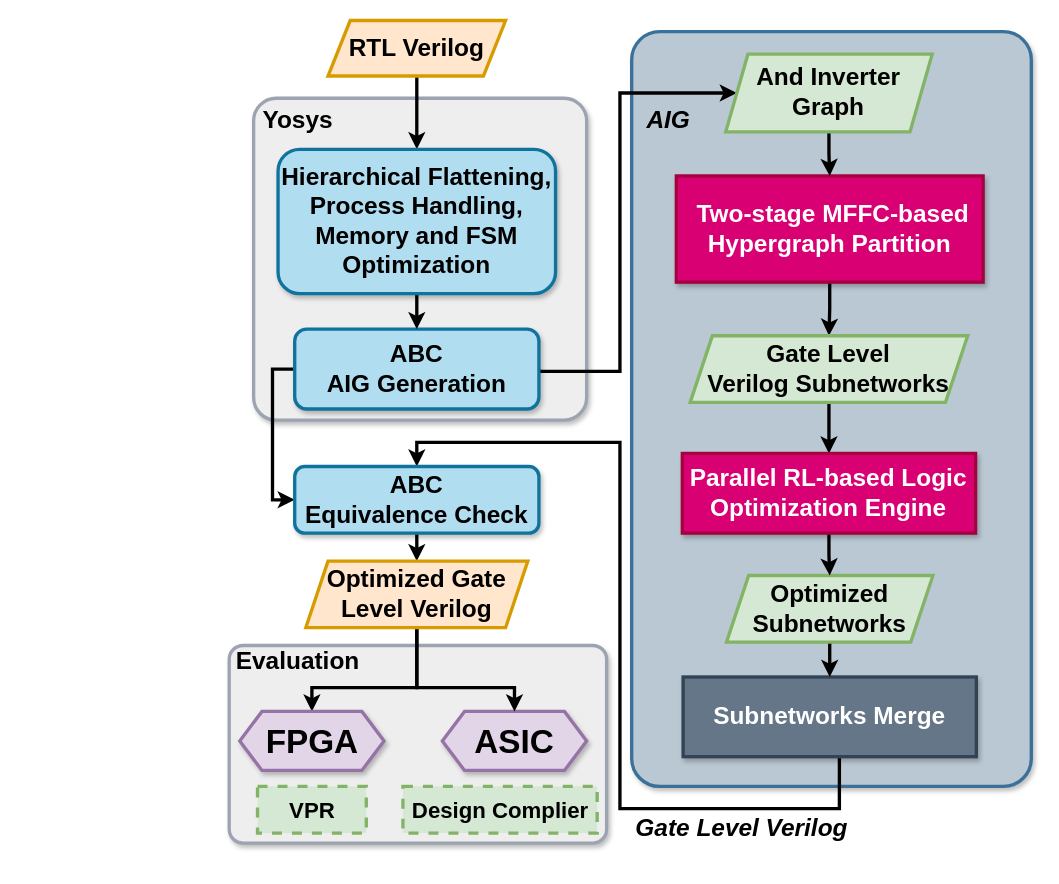
Before: experimentFlow.drawio in kxzhu0505/LogicSynOpt, a draw.io diagram. Source tidied: cells renumbered, new cells numbered last; positions are measured from the earlier drawing's top-left corner, leaving out a move shared by most shapes. Both pictures are drawn from the tidied source at 111%, with x=0, y=0 at pixel (229, 20).
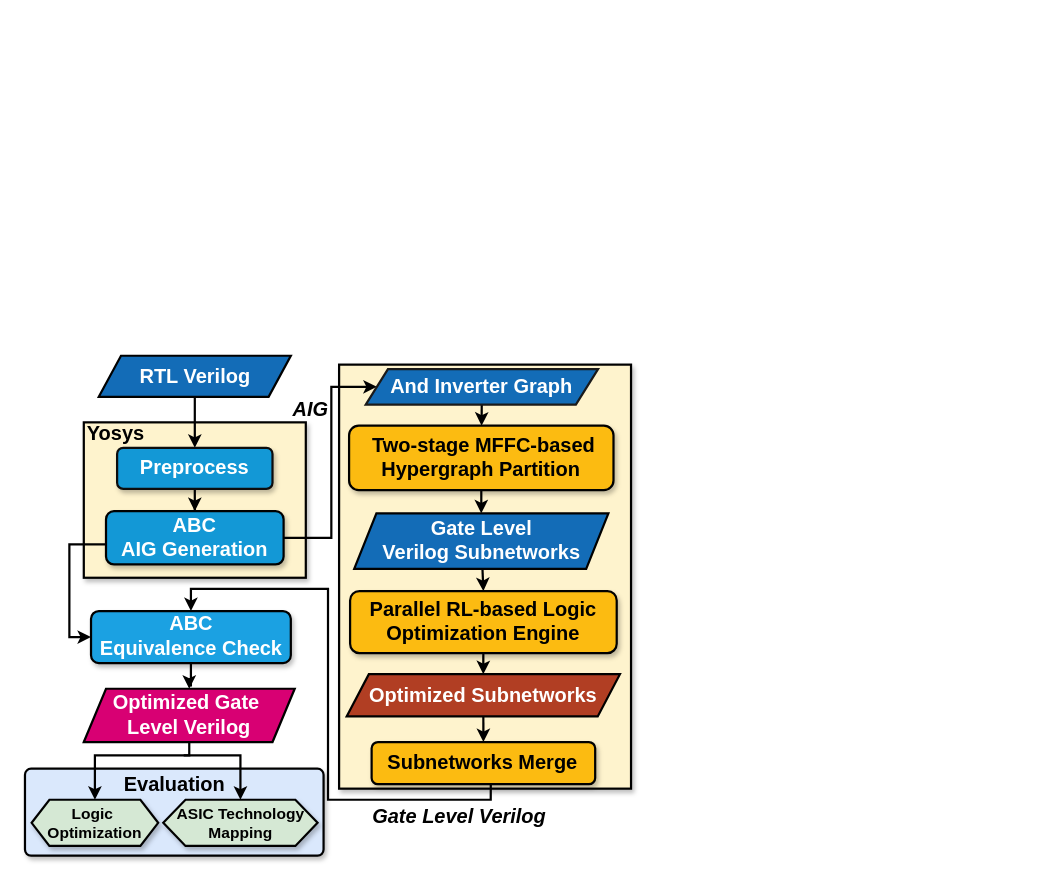
After the change.

Change to the diagram source:
```diff
@@
-    <mxCell id="2" style="rounded=1;whiteSpace=wrap;html=1;fillColor=#eeeeee;strokeColor=#9BA4B0;strokeWidth=3;shadow=1;arcSize=7;" parent="1" vertex="1">
-      <mxGeometry y="563" width="340" height="178" as="geometry" />
+    <mxCell id="2" style="rounded=1;whiteSpace=wrap;html=1;fillColor=#dae8fc;strokeColor=#000000;strokeWidth=2;shadow=1;arcSize=7;" parent="1" vertex="1">
+      <mxGeometry x="-184" y="674" width="269" height="78.4" as="geometry" />
     </mxCell>
-    <mxCell id="3" style="rounded=1;whiteSpace=wrap;html=1;fillColor=#bac8d3;strokeColor=#3A7099;strokeWidth=3;shadow=1;arcSize=7;textShadow=1;" parent="1" vertex="1">
-      <mxGeometry x="362.6" y="10" width="360" height="680" as="geometry" />
+    <mxCell id="3" style="rounded=0;whiteSpace=wrap;html=1;fillColor=#fef3cd;strokeColor=#000000;strokeWidth=2;shadow=1;arcSize=7;textShadow=1;" parent="1" vertex="1">
+      <mxGeometry x="99" y="310" width="263" height="382" as="geometry" />
     </mxCell>
-    <mxCell id="4" value="&lt;font face=&quot;Helvetica&quot; size=&quot;1&quot;&gt;&lt;b style=&quot;font-size: 30px;&quot;&gt;ASIC&lt;/b&gt;&lt;/font&gt;" style="shape=hexagon;perimeter=hexagonPerimeter2;whiteSpace=wrap;html=1;fixedSize=1;strokeColor=#9673a6;fillColor=#e1d5e7;strokeWidth=3;shadow=1;" parent="1" vertex="1">
-      <mxGeometry x="192" y="622.4" width="130" height="53.2" as="geometry" />
+    <mxCell id="4" value="&lt;font style=&quot;font-size: 14px;&quot; face=&quot;Helvetica&quot;&gt;&lt;b style=&quot;&quot;&gt;ASIC Technology Mapping&lt;/b&gt;&lt;/font&gt;" style="shape=hexagon;perimeter=hexagonPerimeter2;whiteSpace=wrap;html=1;fixedSize=1;strokeColor=#000000;fillColor=#d5e8d4;strokeWidth=2;shadow=1;" parent="1" vertex="1">
+      <mxGeometry x="-59.4" y="702" width="139" height="41.6" as="geometry" />
     </mxCell>
-    <mxCell id="5" value="&lt;b style=&quot;&quot;&gt;&lt;font style=&quot;font-size: 20px;&quot;&gt;Design Complier&lt;/font&gt;&lt;/b&gt;" style="rounded=0;whiteSpace=wrap;html=1;dashed=1;perimeterSpacing=3;strokeWidth=3;fillColor=#d5e8d4;strokeColor=#82b366;" parent="1" vertex="1">
-      <mxGeometry x="156.5" y="690" width="175" height="42" as="geometry" />
-    </mxCell>
-    <mxCell id="6" style="rounded=1;whiteSpace=wrap;html=1;fillColor=#eeeeee;strokeColor=#9BA4B0;strokeWidth=3;shadow=1;arcSize=7;" parent="1" vertex="1">
-      <mxGeometry x="22" y="70" width="300" height="290" as="geometry" />
+    <mxCell id="6" style="rounded=0;whiteSpace=wrap;html=1;fillColor=#fef3cd;strokeColor=#000000;strokeWidth=2;shadow=1;arcSize=7;" parent="1" vertex="1">
+      <mxGeometry x="-131" y="362" width="200" height="140" as="geometry" />
     </mxCell>
-    <mxCell id="7" style="endArrow=classic;html=1;rounded=0;strokeWidth=3;entryX=0;entryY=0.5;entryDx=0;entryDy=0;edgeStyle=orthogonalEdgeStyle;exitX=1;exitY=0.5;exitDx=0;exitDy=0;" parent="1" edge="1" source="23" target="17">
+    <mxCell id="7" style="endArrow=classic;html=1;rounded=0;strokeWidth=2;entryX=0;entryY=0.5;entryDx=0;entryDy=0;edgeStyle=orthogonalEdgeStyle;exitX=1;exitY=0.5;exitDx=0;exitDy=0;" parent="1" edge="1" source="23" target="17">
       <mxGeometry relative="1" as="geometry">
         <Array as="points">
-          <mxPoint x="279" y="316" />
-          <mxPoint x="352" y="316" />
-          <mxPoint x="352" y="65" />
+          <mxPoint x="92" y="466" />
+          <mxPoint x="92" y="330" />
         </Array>
       </mxGeometry>
     </mxCell>
-    <mxCell id="8" style="endArrow=classic;html=1;rounded=0;strokeWidth=3;edgeStyle=orthogonalEdgeStyle;exitX=0.533;exitY=1.005;exitDx=0;exitDy=0;exitPerimeter=0;entryX=0.5;entryY=0;entryDx=0;entryDy=0;" parent="1" edge="1" source="13" target="26">
+    <mxCell id="8" style="endArrow=classic;html=1;rounded=0;strokeWidth=2;edgeStyle=orthogonalEdgeStyle;exitX=0.533;exitY=1.005;exitDx=0;exitDy=0;exitPerimeter=0;entryX=0.5;entryY=0;entryDx=0;entryDy=0;" parent="1" edge="1" source="13" target="26">
       <mxGeometry relative="1" as="geometry">
         <Array as="points">
-          <mxPoint x="550" y="710" />
-          <mxPoint x="352" y="710" />
-          <mxPoint x="352" y="380" />
-          <mxPoint x="169" y="380" />
+          <mxPoint x="236" y="702" />
+          <mxPoint x="89" y="702" />
+          <mxPoint x="89" y="512" />
+          <mxPoint x="-35" y="512" />
         </Array>
       </mxGeometry>
     </mxCell>
-    <mxCell id="9" value="&lt;b style=&quot;&quot;&gt;&lt;font style=&quot;font-size: 22px;&quot;&gt;&lt;i&gt;AIG&amp;nbsp;&lt;/i&gt;&lt;/font&gt;&lt;/b&gt;" style="text;html=1;align=center;verticalAlign=middle;whiteSpace=wrap;rounded=0;" parent="1" vertex="1">
-      <mxGeometry x="361.5" y="84.8" width="74.1" height="10.2" as="geometry" />
+    <mxCell id="9" value="&lt;b style=&quot;&quot;&gt;&lt;font style=&quot;font-size: 18px;&quot;&gt;&lt;i style=&quot;&quot;&gt;AIG&amp;nbsp;&lt;/i&gt;&lt;/font&gt;&lt;/b&gt;" style="text;html=1;align=center;verticalAlign=middle;whiteSpace=wrap;rounded=0;" parent="1" vertex="1">
+      <mxGeometry x="38.5" y="346" width="74.1" height="10.2" as="geometry" />
     </mxCell>
-    <mxCell id="10" style="edgeStyle=orthogonalEdgeStyle;rounded=0;jettySize=auto;html=1;entryX=0.5;entryY=0;entryDx=0;entryDy=0;strokeWidth=3;" parent="1" edge="1" source="11" target="32">
+    <mxCell id="10" style="edgeStyle=orthogonalEdgeStyle;rounded=0;jettySize=auto;html=1;entryX=0.5;entryY=0;entryDx=0;entryDy=0;strokeWidth=2;" parent="1" edge="1" source="11" target="32">
       <mxGeometry relative="1" as="geometry" />
     </mxCell>
-    <mxCell id="11" value="&lt;b style=&quot;&quot;&gt;&lt;font style=&quot;font-size: 22px;&quot;&gt;RTL Verilog&lt;/font&gt;&lt;/b&gt;" style="shape=parallelogram;perimeter=parallelogramPerimeter;whiteSpace=wrap;html=1;fixedSize=1;fillColor=#ffe6cc;strokeColor=#d79b00;strokeWidth=3;" parent="1" vertex="1">
-      <mxGeometry x="89" width="160" height="50" as="geometry" />
+    <mxCell id="11" value="&lt;b style=&quot;&quot;&gt;&lt;font color=&quot;#ffffff&quot; style=&quot;font-size: 18px;&quot;&gt;RTL Verilog&lt;/font&gt;&lt;/b&gt;" style="shape=parallelogram;perimeter=parallelogramPerimeter;whiteSpace=wrap;html=1;fixedSize=1;fillColor=#136cb7;strokeColor=#000000;strokeWidth=2;" parent="1" vertex="1">
+      <mxGeometry x="-117.5" y="302" width="173" height="37" as="geometry" />
     </mxCell>
-    <mxCell id="12" value="&lt;font style=&quot;font-size: 22px;&quot;&gt;&lt;b&gt;Yosys&lt;/b&gt;&lt;/font&gt;" style="text;html=1;align=center;verticalAlign=middle;whiteSpace=wrap;rounded=0;" parent="1" vertex="1">
-      <mxGeometry x="32" y="74.9" width="60" height="30" as="geometry" />
+    <mxCell id="12" value="&lt;font style=&quot;font-size: 18px;&quot;&gt;&lt;b style=&quot;&quot;&gt;Yosys&lt;/b&gt;&lt;/font&gt;" style="text;html=1;align=center;verticalAlign=middle;whiteSpace=wrap;rounded=0;" parent="1" vertex="1">
+      <mxGeometry x="-132" y="357" width="60" height="30" as="geometry" />
     </mxCell>
-    <mxCell id="13" value="&lt;b style=&quot;&quot;&gt;&lt;font style=&quot;font-size: 22px;&quot;&gt;Subnetworks Merge&lt;/font&gt;&lt;/b&gt;" style="rounded=0;whiteSpace=wrap;html=1;fillColor=#647687;fontColor=#ffffff;strokeColor=#314354;strokeWidth=3;shadow=1;" parent="1" vertex="1">
-      <mxGeometry x="408.9" y="591.4" width="264.2" height="71.8" as="geometry" />
+    <mxCell id="13" value="&lt;b style=&quot;&quot;&gt;&lt;font style=&quot;font-size: 18px;&quot;&gt;Subnetworks Merge&lt;/font&gt;&lt;/b&gt;" style="rounded=1;whiteSpace=wrap;html=1;fillColor=#fcbb11;strokeColor=#000000;strokeWidth=2;shadow=1;" parent="1" vertex="1">
+      <mxGeometry x="128.3" y="650" width="201.4" height="38" as="geometry" />
     </mxCell>
-    <mxCell id="14" style="edgeStyle=orthogonalEdgeStyle;rounded=0;jettySize=auto;html=1;entryX=0.5;entryY=0;entryDx=0;entryDy=0;strokeWidth=3;" parent="1" edge="1" source="15" target="19">
+    <mxCell id="14" style="rounded=0;jettySize=auto;html=1;entryX=0.5;entryY=0;entryDx=0;entryDy=0;strokeWidth=2;" parent="1" edge="1" source="15" target="19">
       <mxGeometry relative="1" as="geometry" />
     </mxCell>
-    <mxCell id="15" value="&lt;b style=&quot;color: rgb(0, 0, 0);&quot;&gt;&lt;font style=&quot;font-size: 22px;&quot; color=&quot;#ffffff&quot;&gt;&amp;nbsp;Two-stage MFFC-based Hypergraph Partition&lt;/font&gt;&lt;/b&gt;" style="rounded=0;whiteSpace=wrap;html=1;fillColor=#d80073;strokeColor=#A50040;strokeWidth=3;shadow=1;fontColor=#ffffff;" parent="1" vertex="1">
-      <mxGeometry x="402.8" y="140" width="276.4" height="95.7" as="geometry" />
+    <mxCell id="15" value="&lt;b style=&quot;&quot;&gt;&lt;font color=&quot;#000000&quot; style=&quot;font-size: 18px;&quot;&gt;&amp;nbsp;Two-stage MFFC-based Hypergraph Partition&lt;/font&gt;&lt;/b&gt;" style="rounded=1;whiteSpace=wrap;html=1;fillColor=#fcbb11;strokeColor=#000000;strokeWidth=2;shadow=1;fontColor=#ffffff;" parent="1" vertex="1">
+      <mxGeometry x="108" y="365" width="238.2" height="58" as="geometry" />
     </mxCell>
-    <mxCell id="16" style="edgeStyle=orthogonalEdgeStyle;rounded=0;jettySize=auto;html=1;strokeWidth=3;" parent="1" edge="1" source="17" target="15">
+    <mxCell id="16" style="rounded=0;jettySize=auto;html=1;strokeWidth=2;" parent="1" edge="1" source="17" target="15">
       <mxGeometry relative="1" as="geometry" />
     </mxCell>
-    <mxCell id="17" value="&lt;b style=&quot;font-size: 22px;&quot;&gt;And Inverter Graph&lt;/b&gt;" style="shape=parallelogram;perimeter=parallelogramPerimeter;whiteSpace=wrap;html=1;fixedSize=1;fillColor=#d5e8d4;strokeColor=#82b366;strokeWidth=3;" parent="1" vertex="1">
-      <mxGeometry x="447.3" y="30.3" width="186" height="70" as="geometry" />
+    <mxCell id="17" value="&lt;b style=&quot;&quot;&gt;&lt;font style=&quot;font-size: 18px;&quot; color=&quot;#ffffff&quot;&gt;And Inverter Graph&lt;/font&gt;&lt;/b&gt;" style="shape=parallelogram;perimeter=parallelogramPerimeter;whiteSpace=wrap;html=1;fixedSize=1;fillColor=#136cb7;strokeColor=#1A1A1A;strokeWidth=2;" parent="1" vertex="1">
+      <mxGeometry x="123" y="314" width="209.3" height="32" as="geometry" />
     </mxCell>
-    <mxCell id="18" style="edgeStyle=orthogonalEdgeStyle;rounded=0;jettySize=auto;html=1;entryX=0.5;entryY=0;entryDx=0;entryDy=0;strokeWidth=3;" parent="1" edge="1" source="19" target="35">
+    <mxCell id="18" style="rounded=0;jettySize=auto;html=1;entryX=0.5;entryY=0;entryDx=0;entryDy=0;strokeWidth=2;" parent="1" edge="1" source="19" target="35">
       <mxGeometry relative="1" as="geometry" />
     </mxCell>
-    <mxCell id="19" value="&lt;div&gt;&lt;b&gt;&lt;font style=&quot;font-size: 22px;&quot;&gt;Gate Level Verilog&lt;/font&gt;&lt;/b&gt;&lt;b style=&quot;background-color: initial;&quot;&gt;&lt;font style=&quot;font-size: 22px;&quot;&gt;&amp;nbsp;Subnetworks&lt;/font&gt;&lt;/b&gt;&lt;/div&gt;" style="shape=parallelogram;perimeter=parallelogramPerimeter;whiteSpace=wrap;html=1;fixedSize=1;fillColor=#d5e8d4;strokeColor=#82b366;strokeWidth=3;" parent="1" vertex="1">
-      <mxGeometry x="415.3" y="284" width="250" height="60" as="geometry" />
+    <mxCell id="19" value="&lt;div&gt;&lt;font style=&quot;font-size: 18px;&quot;&gt;&lt;b&gt;&lt;font style=&quot;&quot;&gt;Gate Level Verilog&lt;/font&gt;&lt;/b&gt;&lt;b style=&quot;background-color: initial;&quot;&gt;&lt;font style=&quot;&quot;&gt;&amp;nbsp;Subnetworks&lt;/font&gt;&lt;/b&gt;&lt;/font&gt;&lt;/div&gt;" style="shape=parallelogram;perimeter=parallelogramPerimeter;whiteSpace=wrap;html=1;fixedSize=1;fillColor=#136cb7;strokeColor=#000000;strokeWidth=2;fontColor=#ffffff;" parent="1" vertex="1">
+      <mxGeometry x="112.6" y="444" width="229" height="50" as="geometry" />
     </mxCell>
-    <mxCell id="20" style="edgeStyle=orthogonalEdgeStyle;rounded=0;jettySize=auto;html=1;entryX=0.5;entryY=0;entryDx=0;entryDy=0;strokeWidth=3;" parent="1" edge="1" source="21" target="13">
+    <mxCell id="20" style="rounded=0;jettySize=auto;html=1;entryX=0.5;entryY=0;entryDx=0;entryDy=0;strokeWidth=2;" parent="1" edge="1" source="21" target="13">
       <mxGeometry relative="1" as="geometry" />
     </mxCell>
-    <mxCell id="21" value="&lt;div&gt;&lt;b style=&quot;font-size: 22px;&quot;&gt;Optimized Subnetworks&lt;/b&gt;&lt;br&gt;&lt;/div&gt;" style="shape=parallelogram;perimeter=parallelogramPerimeter;whiteSpace=wrap;html=1;fixedSize=1;fillColor=#d5e8d4;strokeColor=#82b366;strokeWidth=3;" parent="1" vertex="1">
-      <mxGeometry x="448" y="500" width="186" height="60" as="geometry" />
+    <mxCell id="21" value="&lt;div&gt;&lt;b style=&quot;&quot;&gt;&lt;font style=&quot;font-size: 18px;&quot; color=&quot;#ffffff&quot;&gt;Optimized Subnetworks&lt;/font&gt;&lt;/b&gt;&lt;br&gt;&lt;/div&gt;" style="shape=parallelogram;perimeter=parallelogramPerimeter;whiteSpace=wrap;html=1;fixedSize=1;fillColor=#b13e23;strokeColor=#000000;strokeWidth=2;" parent="1" vertex="1">
+      <mxGeometry x="105.8" y="588.9" width="246.2" height="38" as="geometry" />
     </mxCell>
-    <mxCell id="22" style="edgeStyle=orthogonalEdgeStyle;rounded=0;jettySize=auto;html=1;entryX=0;entryY=0.5;entryDx=0;entryDy=0;strokeWidth=3;" parent="1" edge="1" source="23" target="26">
+    <mxCell id="22" style="edgeStyle=orthogonalEdgeStyle;rounded=0;jettySize=auto;html=1;entryX=0;entryY=0.5;entryDx=0;entryDy=0;strokeWidth=2;" parent="1" edge="1" source="23" target="26">
       <mxGeometry relative="1" as="geometry">
         <Array as="points">
-          <mxPoint x="39" y="314" />
-          <mxPoint x="39" y="432" />
+          <mxPoint x="-144" y="472" />
+          <mxPoint x="-144" y="556" />
         </Array>
       </mxGeometry>
     </mxCell>
-    <mxCell id="23" value="&lt;div&gt;&lt;font style=&quot;font-size: 22px;&quot;&gt;&lt;b&gt;ABC&lt;/b&gt;&lt;/font&gt;&lt;/div&gt;&lt;font style=&quot;font-size: 22px;&quot;&gt;&lt;b&gt;AIG Generation&lt;/b&gt;&lt;/font&gt;" style="rounded=1;whiteSpace=wrap;html=1;fillColor=#b1ddf0;strokeColor=#10739e;strokeWidth=3;shadow=1;" parent="1" vertex="1">
-      <mxGeometry x="59" y="278" width="220" height="72" as="geometry" />
+    <mxCell id="23" value="&lt;div&gt;&lt;font color=&quot;#ffffff&quot; style=&quot;font-size: 18px;&quot;&gt;&lt;b style=&quot;&quot;&gt;ABC&lt;/b&gt;&lt;/font&gt;&lt;/div&gt;&lt;font color=&quot;#ffffff&quot; style=&quot;font-size: 18px;&quot;&gt;&lt;b style=&quot;&quot;&gt;AIG Generation&lt;/b&gt;&lt;/font&gt;" style="rounded=1;whiteSpace=wrap;html=1;fillColor=#1398D6;strokeColor=#000000;strokeWidth=2;shadow=1;" parent="1" vertex="1">
+      <mxGeometry x="-111" y="442" width="160" height="48" as="geometry" />
     </mxCell>
-    <mxCell id="24" value="&lt;b style=&quot;&quot;&gt;&lt;font style=&quot;font-size: 22px;&quot;&gt;&lt;i&gt;Gate Level Verilog&amp;nbsp;&lt;/i&gt;&lt;/font&gt;&lt;/b&gt;" style="text;html=1;align=center;verticalAlign=middle;whiteSpace=wrap;rounded=0;" parent="1" vertex="1">
-      <mxGeometry x="361.5" y="723" width="205.9" height="10.2" as="geometry" />
+    <mxCell id="24" value="&lt;b style=&quot;&quot;&gt;&lt;font style=&quot;font-size: 18px;&quot;&gt;&lt;i style=&quot;&quot;&gt;Gate Level Verilog&amp;nbsp;&lt;/i&gt;&lt;/font&gt;&lt;/b&gt;" style="text;html=1;align=center;verticalAlign=middle;whiteSpace=wrap;rounded=0;" parent="1" vertex="1">
+      <mxGeometry x="106.6" y="711.9" width="205.9" height="10.2" as="geometry" />
     </mxCell>
-    <mxCell id="25" style="edgeStyle=orthogonalEdgeStyle;rounded=0;jettySize=auto;html=1;entryX=0.5;entryY=0;entryDx=0;entryDy=0;strokeWidth=3;" parent="1" edge="1" source="26" target="29">
+    <mxCell id="25" style="edgeStyle=orthogonalEdgeStyle;rounded=0;jettySize=auto;html=1;entryX=0.5;entryY=0;entryDx=0;entryDy=0;strokeWidth=2;" parent="1" edge="1" source="26" target="29">
       <mxGeometry relative="1" as="geometry" />
     </mxCell>
-    <mxCell id="26" value="&lt;font style=&quot;font-size: 22px;&quot;&gt;&lt;b&gt;ABC&lt;/b&gt;&lt;/font&gt;&lt;div&gt;&lt;span style=&quot;font-size: 22px;&quot;&gt;&lt;b&gt;Equivalence Check&lt;/b&gt;&lt;/span&gt;&lt;/div&gt;" style="rounded=1;whiteSpace=wrap;html=1;fillColor=#b1ddf0;strokeColor=#10739e;strokeWidth=3;shadow=1;" parent="1" vertex="1">
-      <mxGeometry x="59" y="401.8" width="220" height="60" as="geometry" />
+    <mxCell id="26" value="&lt;font style=&quot;font-size: 18px;&quot;&gt;&lt;b style=&quot;&quot;&gt;ABC&lt;/b&gt;&lt;/font&gt;&lt;div&gt;&lt;b style=&quot;&quot;&gt;&lt;font style=&quot;font-size: 18px;&quot;&gt;Equivalence Check&lt;/font&gt;&lt;/b&gt;&lt;/div&gt;" style="rounded=1;whiteSpace=wrap;html=1;fillColor=#1ba1e2;strokeColor=#000000;strokeWidth=2;shadow=1;fontColor=#ffffff;" parent="1" vertex="1">
+      <mxGeometry x="-124.5" y="532" width="180" height="46.9" as="geometry" />
     </mxCell>
-    <mxCell id="27" style="edgeStyle=orthogonalEdgeStyle;rounded=0;jettySize=auto;html=1;entryX=0.5;entryY=0;entryDx=0;entryDy=0;strokeWidth=3;" parent="1" edge="1" target="30">
+    <mxCell id="27" style="edgeStyle=orthogonalEdgeStyle;rounded=0;jettySize=auto;html=1;entryX=0.5;entryY=0;entryDx=0;entryDy=0;strokeWidth=2;" parent="1" edge="1" target="30">
       <mxGeometry relative="1" as="geometry">
-        <mxPoint x="169" y="538" as="sourcePoint" />
+        <mxPoint x="-36" y="650" as="sourcePoint" />
         <Array as="points">
-          <mxPoint x="169" y="601" />
-          <mxPoint x="75" y="601" />
+          <mxPoint x="-36" y="662" />
+          <mxPoint x="-121" y="662" />
         </Array>
       </mxGeometry>
     </mxCell>
-    <mxCell id="28" style="edgeStyle=orthogonalEdgeStyle;rounded=0;jettySize=auto;html=1;entryX=0.5;entryY=0;entryDx=0;entryDy=0;strokeWidth=3;" parent="1" edge="1" target="4">
+    <mxCell id="28" style="edgeStyle=orthogonalEdgeStyle;rounded=0;jettySize=auto;html=1;entryX=0.5;entryY=0;entryDx=0;entryDy=0;strokeWidth=2;" parent="1" edge="1" target="4">
       <mxGeometry relative="1" as="geometry">
-        <mxPoint x="169" y="538" as="sourcePoint" />
+        <mxPoint x="-31" y="662" as="sourcePoint" />
         <Array as="points">
-          <mxPoint x="169" y="601" />
-          <mxPoint x="257" y="601" />
+          <mxPoint x="-41" y="662" />
+          <mxPoint x="10" y="662" />
         </Array>
       </mxGeometry>
     </mxCell>
-    <mxCell id="29" value="&lt;b style=&quot;&quot;&gt;&lt;font style=&quot;font-size: 22px;&quot;&gt;Optimized Gate Level Verilog&lt;/font&gt;&lt;/b&gt;" style="shape=parallelogram;perimeter=parallelogramPerimeter;whiteSpace=wrap;html=1;fixedSize=1;fillColor=#ffe6cc;strokeColor=#d79b00;strokeWidth=3;" parent="1" vertex="1">
-      <mxGeometry x="69" y="487" width="200" height="60" as="geometry" />
+    <mxCell id="29" value="&lt;b style=&quot;&quot;&gt;&lt;font style=&quot;font-size: 18px;&quot;&gt;Optimized Gate&amp;nbsp;&lt;/font&gt;&lt;/b&gt;&lt;div&gt;&lt;b style=&quot;&quot;&gt;&lt;font style=&quot;font-size: 18px;&quot;&gt;Level Verilog&lt;/font&gt;&lt;/b&gt;&lt;/div&gt;" style="shape=parallelogram;perimeter=parallelogramPerimeter;whiteSpace=wrap;html=1;fixedSize=1;fillColor=#d80073;strokeColor=#000000;strokeWidth=2;fontColor=#ffffff;" parent="1" vertex="1">
+      <mxGeometry x="-131" y="602" width="190" height="48" as="geometry" />
     </mxCell>
-    <mxCell id="30" value="&lt;span style=&quot;font-size: 30px;&quot;&gt;&lt;b&gt;FPGA&lt;/b&gt;&lt;/span&gt;" style="shape=hexagon;perimeter=hexagonPerimeter2;whiteSpace=wrap;html=1;fixedSize=1;strokeColor=#9673a6;fillColor=#e1d5e7;strokeWidth=3;shadow=1;" parent="1" vertex="1">
-      <mxGeometry x="9.5" y="622.4" width="130" height="53.2" as="geometry" />
+    <mxCell id="30" value="&lt;b style=&quot;&quot;&gt;&lt;font style=&quot;font-size: 14px;&quot;&gt;Logic&amp;nbsp;&lt;/font&gt;&lt;/b&gt;&lt;div&gt;&lt;b style=&quot;&quot;&gt;&lt;font style=&quot;font-size: 14px;&quot;&gt;Optimization&lt;/font&gt;&lt;/b&gt;&lt;/div&gt;" style="shape=hexagon;perimeter=hexagonPerimeter2;whiteSpace=wrap;html=1;fixedSize=1;strokeColor=#000000;fillColor=#d5e8d4;strokeWidth=2;shadow=1;size=16;" parent="1" vertex="1">
+      <mxGeometry x="-178" y="702" width="114" height="41.6" as="geometry" />
     </mxCell>
-    <mxCell id="31" style="edgeStyle=orthogonalEdgeStyle;rounded=0;jettySize=auto;html=1;entryX=0.5;entryY=0;entryDx=0;entryDy=0;strokeWidth=3;" parent="1" edge="1" source="32" target="23">
+    <mxCell id="31" style="edgeStyle=orthogonalEdgeStyle;rounded=0;jettySize=auto;html=1;entryX=0.5;entryY=0;entryDx=0;entryDy=0;strokeWidth=2;" parent="1" edge="1" source="32" target="23">
       <mxGeometry relative="1" as="geometry" />
     </mxCell>
-    <mxCell id="32" value="&lt;font style=&quot;font-size: 22px;&quot;&gt;&lt;b&gt;Hierarchical Flattening, Process Handling, Memory and FSM Optimization&lt;/b&gt;&lt;/font&gt;" style="rounded=1;whiteSpace=wrap;html=1;fillColor=#b1ddf0;strokeColor=#10739e;strokeWidth=3;shadow=1;" parent="1" vertex="1">
-      <mxGeometry x="44" y="116" width="250" height="130" as="geometry" />
+    <mxCell id="32" value="&lt;font color=&quot;#ffffff&quot; style=&quot;font-size: 18px;&quot;&gt;&lt;b style=&quot;&quot;&gt;Preprocess&lt;/b&gt;&lt;/font&gt;" style="rounded=1;whiteSpace=wrap;html=1;fillColor=#1398d6;strokeColor=#0d0d0d;strokeWidth=2;shadow=1;" parent="1" vertex="1">
+      <mxGeometry x="-101" y="384.9" width="140" height="37.1" as="geometry" />
     </mxCell>
-    <mxCell id="33" value="&lt;font size=&quot;1&quot; style=&quot;&quot;&gt;&lt;b style=&quot;font-size: 20px;&quot;&gt;VPR&lt;/b&gt;&lt;/font&gt;" style="rounded=0;whiteSpace=wrap;html=1;dashed=1;perimeterSpacing=3;strokeWidth=3;fillColor=#d5e8d4;strokeColor=#82b366;" parent="1" vertex="1">
-      <mxGeometry x="25.5" y="690" width="98" height="42" as="geometry" />
-    </mxCell>
-    <mxCell id="34" style="edgeStyle=orthogonalEdgeStyle;rounded=0;jettySize=auto;html=1;entryX=0.5;entryY=0;entryDx=0;entryDy=0;strokeWidth=3;" parent="1" edge="1" source="35" target="21">
+    <mxCell id="34" style="rounded=0;jettySize=auto;html=1;entryX=0.5;entryY=0;entryDx=0;entryDy=0;strokeWidth=2;" parent="1" edge="1" source="35" target="21">
       <mxGeometry relative="1" as="geometry" />
     </mxCell>
-    <mxCell id="35" value="&lt;span style=&quot;font-size: 22px;&quot;&gt;&lt;b&gt;Parallel RL-based Logic Optimization Engine&lt;/b&gt;&lt;/span&gt;" style="rounded=0;whiteSpace=wrap;html=1;fillColor=#d80073;fontColor=#ffffff;strokeColor=#A50040;strokeWidth=3;shadow=1;" parent="1" vertex="1">
-      <mxGeometry x="408.2" y="390" width="264.2" height="71.8" as="geometry" />
+    <mxCell id="35" value="&lt;b style=&quot;&quot;&gt;&lt;font style=&quot;font-size: 18px;&quot; color=&quot;#000000&quot;&gt;Parallel RL-based Logic Optimization Engine&lt;/font&gt;&lt;/b&gt;" style="rounded=1;whiteSpace=wrap;html=1;fillColor=#fcbb11;fontColor=#ffffff;strokeColor=#000000;strokeWidth=2;shadow=1;" parent="1" vertex="1">
+      <mxGeometry x="108.9" y="514" width="240.2" height="55.9" as="geometry" />
     </mxCell>
-    <mxCell id="36" value="&lt;font style=&quot;font-size: 22px;&quot;&gt;&lt;b&gt;Evaluation&lt;/b&gt;&lt;/font&gt;" style="text;html=1;align=center;verticalAlign=middle;whiteSpace=wrap;rounded=0;" parent="1" vertex="1">
-      <mxGeometry x="7" y="563" width="110" height="30" as="geometry" />
+    <mxCell id="36" value="&lt;font style=&quot;font-size: 18px;&quot;&gt;&lt;b style=&quot;&quot;&gt;Evaluation&lt;/b&gt;&lt;/font&gt;" style="text;html=1;align=center;verticalAlign=middle;whiteSpace=wrap;rounded=0;" parent="1" vertex="1">
+      <mxGeometry x="-104.5" y="674" width="110" height="30" as="geometry" />
     </mxCell>
```
